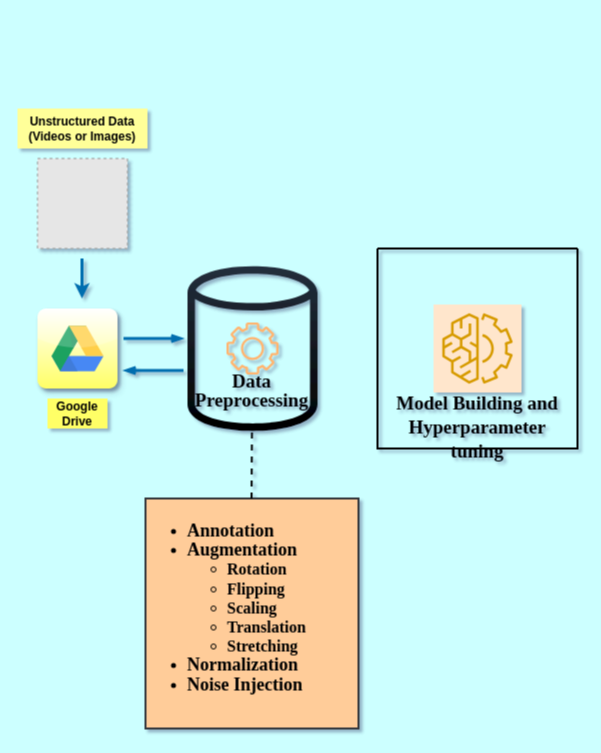
The draw.io diagram Untitled Diagram.drawio in bogathimadhureddy/Egg_crack_detection, before the edit. Source tidied: cells renumbered, new cells numbered last; positions are measured from the earlier drawing's top-left corner, leaving out a move shared by most shapes. Both pictures are drawn from the tidied source at 100%, with x=0, y=0 at pixel (17, 108). Pictures stored in the file or linked from it are replaced by grey dashed boxes.
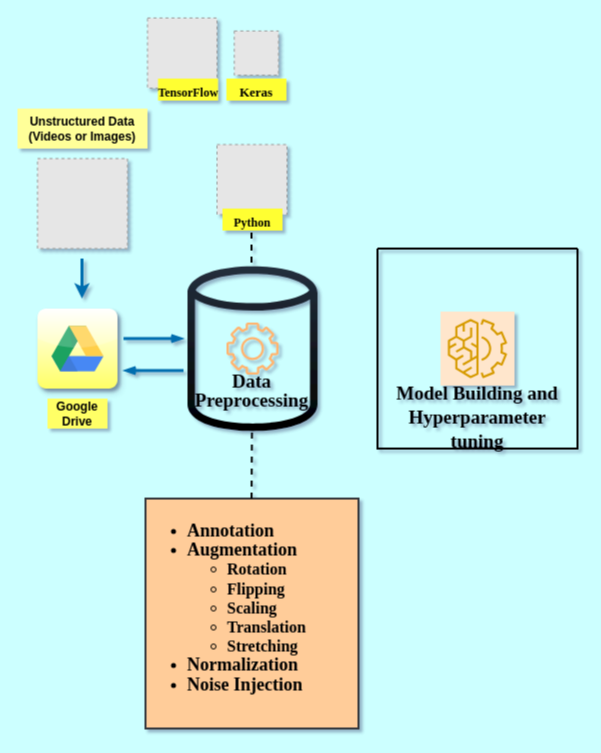
The same diagram, later.

Unchanged cells that the change refers to:
```xml
<mxCell id="14" style="swimlane;startSize=0;hachureGap=4;fontFamily=Architects Daughter;fontSize=20;strokeWidth=2;swimlaneLine=0;" parent="1" vertex="1">
  <mxGeometry x="360" y="140" width="200" height="200" as="geometry" />
</mxCell>
```

Change to the diagram source:
```diff
@@
     <mxCell id="15" style="sketch=0;fillColor=#ffe6cc;strokeColor=#d79b00;dashed=0;verticalLabelPosition=bottom;verticalAlign=top;align=center;html=1;fontSize=12;fontStyle=0;shape=mxgraph.aws4.resourceIcon;resIcon=mxgraph.aws4.machine_learning;hachureGap=4;jiggle=2;curveFitting=1;fontFamily=Architects Daughter;" parent="14" vertex="1">
-      <mxGeometry x="56" y="56" width="88" height="88" as="geometry" />
+      <mxGeometry x="63" y="63" width="74" height="74" as="geometry" />
     </mxCell>
     <mxCell id="16" value="&lt;font size=&quot;1&quot; face=&quot;Times New Roman&quot;&gt;&lt;b style=&quot;font-size: 19px;&quot;&gt;Model Building and Hyperparameter tuning&lt;/b&gt;&lt;/font&gt;" style="text;html=1;strokeColor=none;fillColor=none;align=center;verticalAlign=middle;whiteSpace=wrap;rounded=0;fontSize=20;fontFamily=Architects Daughter;" parent="14" vertex="1">
-      <mxGeometry x="10" y="140" width="180" height="75.9" as="geometry" />
+      <mxGeometry x="10" y="130" width="180" height="75.9" as="geometry" />
     </mxCell>
+    <mxCell id="17" style="fillColor=#E6E6E6;strokeColor=#999999;dashed=1;verticalLabelPosition=bottom;verticalAlign=top;fontFamily=Architects Daughter;fontSize=20;" parent="1" vertex="1">
+      <mxGeometry x="199.5" y="36" width="70" height="70" as="geometry" />
+    </mxCell>
+    <mxCell id="18" style="endArrow=none;dashed=1;html=1;strokeWidth=2;rounded=0;hachureGap=4;fontFamily=Architects Daughter;fontSize=16;spacing=0;" parent="1" edge="1">
+      <mxGeometry relative="1" as="geometry">
+        <mxPoint x="234" y="124.1" as="sourcePoint" />
+        <mxPoint x="234" y="154.1" as="targetPoint" />
+      </mxGeometry>
+    </mxCell>
+    <mxCell id="19" value="&lt;font style=&quot;font-size: 12px;&quot; face=&quot;Times New Roman&quot;&gt;&lt;b&gt;Python&lt;/b&gt;&lt;/font&gt;" style="text;html=1;strokeColor=none;fillColor=#FFFF33;align=center;verticalAlign=middle;whiteSpace=wrap;rounded=0;fontSize=20;fontFamily=Architects Daughter;" parent="1" vertex="1">
+      <mxGeometry x="205" y="100" width="60" height="22" as="geometry" />
+    </mxCell>
+    <mxCell id="20" style="fillColor=#E6E6E6;strokeColor=#999999;dashed=1;verticalLabelPosition=bottom;verticalAlign=top;fontFamily=Architects Daughter;fontSize=20;" parent="1" vertex="1">
+      <mxGeometry x="130" y="-90.6" width="69.5" height="70.2" as="geometry" />
+    </mxCell>
+    <mxCell id="21" value="&lt;font style=&quot;font-size: 12px;&quot; face=&quot;Times New Roman&quot;&gt;&lt;b&gt;TensorFlow&lt;/b&gt;&lt;/font&gt;" style="text;html=1;strokeColor=none;fillColor=#FFFF33;align=center;verticalAlign=middle;whiteSpace=wrap;rounded=0;fontSize=20;fontFamily=Architects Daughter;" parent="1" vertex="1">
+      <mxGeometry x="140.5" y="-30" width="60" height="22" as="geometry" />
+    </mxCell>
+    <mxCell id="22" style="fillColor=#E6E6E6;strokeColor=#999999;dashed=1;verticalLabelPosition=bottom;verticalAlign=top;fontFamily=Architects Daughter;fontSize=20;" parent="1" vertex="1">
+      <mxGeometry x="216.8" y="-77.6" width="44.2" height="44.2" as="geometry" />
+    </mxCell>
+    <mxCell id="23" value="&lt;font size=&quot;1&quot; style=&quot;&quot; face=&quot;Times New Roman&quot;&gt;&lt;b style=&quot;font-size: 13px;&quot;&gt;Keras&lt;/b&gt;&lt;/font&gt;" style="text;html=1;strokeColor=none;fillColor=#FFFF33;align=center;verticalAlign=middle;whiteSpace=wrap;rounded=0;fontSize=20;fontFamily=Architects Daughter;" parent="1" vertex="1">
+      <mxGeometry x="208.9" y="-30" width="60" height="22" as="geometry" />
+    </mxCell>
```
